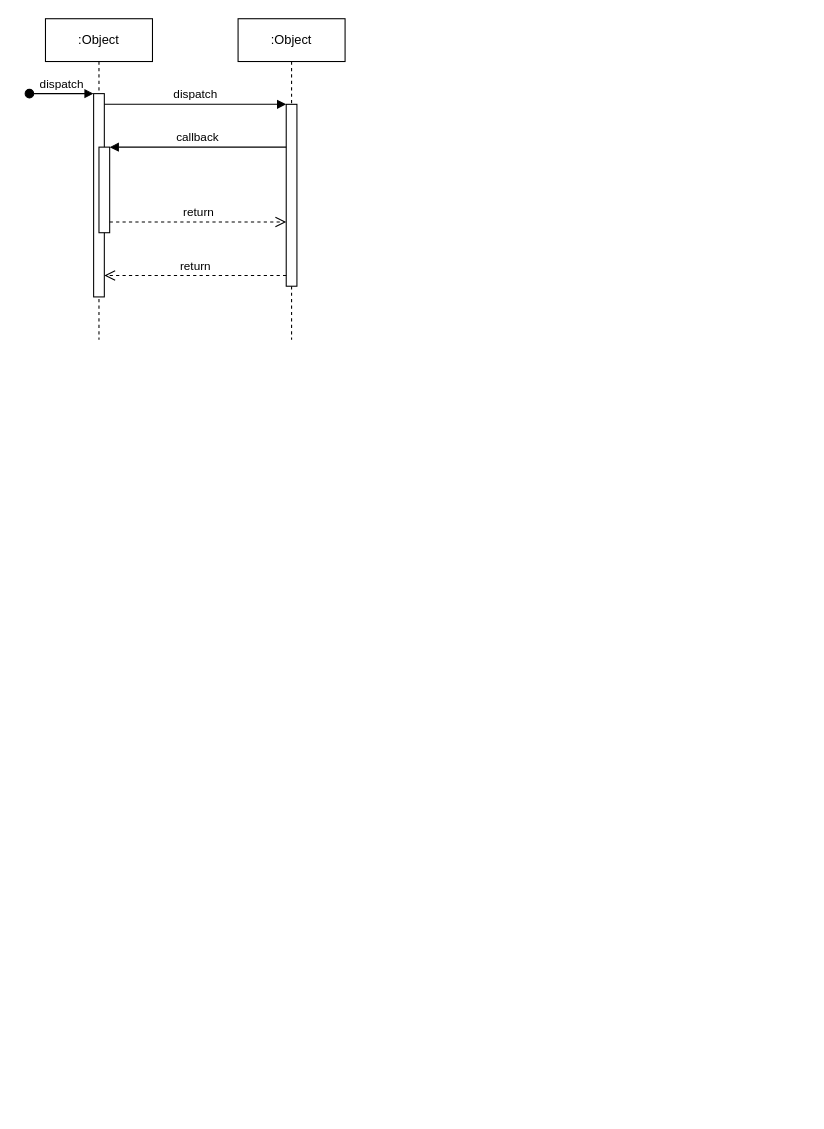
Above: Actualizacion de datos.drawio in StevenGpByte/ActualizacionDatos (draw.io), before the change. Source tidied: cells renumbered, new cells numbered last; positions are measured from the earlier drawing's top-left corner, leaving out a move shared by most shapes. Both pictures are drawn from the tidied source at 107%, with x=0, y=0 at pixel (29, 18).
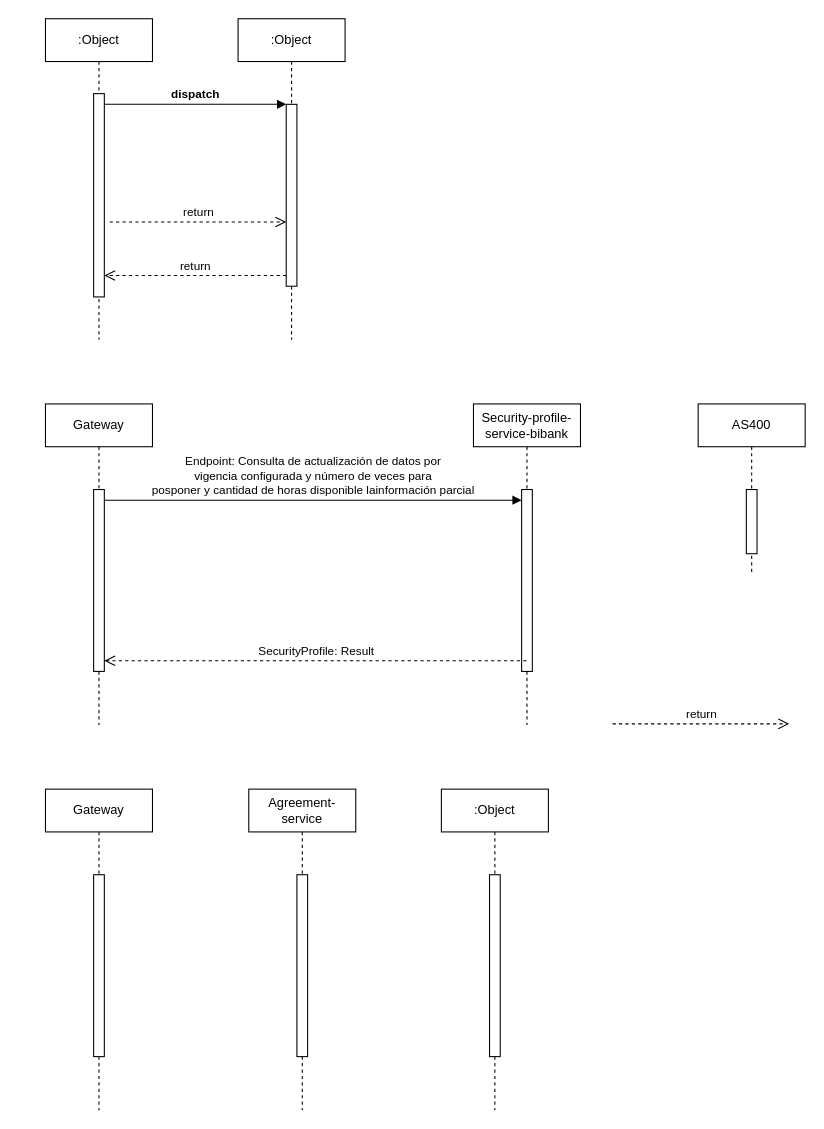
Above is the later version.

Unchanged cells that the change refers to:
```xml
<mxCell id="2" value=":Object" style="shape=umlLifeline;perimeter=lifelinePerimeter;whiteSpace=wrap;html=1;newEdgeStyle={&quot;edgeStyle&quot;:&quot;elbowEdgeStyle&quot;,&quot;elbow&quot;:&quot;vertical&quot;,&quot;curved&quot;:0,&quot;rounded&quot;:0};" parent="1" vertex="1">
  <mxGeometry x="15" width="100" height="300" as="geometry" />
</mxCell>
<mxCell id="3" style="html=1;points=[];perimeter=orthogonalPerimeter;outlineConnect=0;targetShapes=umlLifeline;portConstraint=eastwest;newEdgeStyle={&quot;edgeStyle&quot;:&quot;elbowEdgeStyle&quot;,&quot;elbow&quot;:&quot;vertical&quot;,&quot;curved&quot;:0,&quot;rounded&quot;:0};" parent="2" vertex="1">
  <mxGeometry x="45" y="70" width="10" height="190" as="geometry" />
</mxCell>
<mxCell id="7" style="html=1;points=[];perimeter=orthogonalPerimeter;outlineConnect=0;targetShapes=umlLifeline;portConstraint=eastwest;newEdgeStyle={&quot;edgeStyle&quot;:&quot;elbowEdgeStyle&quot;,&quot;elbow&quot;:&quot;vertical&quot;,&quot;curved&quot;:0,&quot;rounded&quot;:0};" parent="6" vertex="1">
  <mxGeometry x="45" y="80" width="10" height="170" as="geometry" />
</mxCell>
```

The edit, as a diff of the source:
```diff
@@
-    <mxCell id="4" value="dispatch" style="html=1;verticalAlign=bottom;startArrow=oval;endArrow=block;startSize=8;edgeStyle=elbowEdgeStyle;elbow=vertical;curved=0;rounded=0;" parent="2" edge="1" target="3">
-      <mxGeometry relative="1" as="geometry">
-        <mxPoint x="-15" y="70" as="sourcePoint" />
-      </mxGeometry>
-    </mxCell>
-    <mxCell id="5" style="html=1;points=[];perimeter=orthogonalPerimeter;outlineConnect=0;targetShapes=umlLifeline;portConstraint=eastwest;newEdgeStyle={&quot;edgeStyle&quot;:&quot;elbowEdgeStyle&quot;,&quot;elbow&quot;:&quot;vertical&quot;,&quot;curved&quot;:0,&quot;rounded&quot;:0};" parent="2" vertex="1">
-      <mxGeometry x="50" y="120" width="10" height="80" as="geometry" />
-    </mxCell>
@@
-    <mxCell id="8" value="dispatch" style="html=1;verticalAlign=bottom;endArrow=block;edgeStyle=elbowEdgeStyle;elbow=vertical;curved=0;rounded=0;" parent="1" edge="1" source="3" target="7">
+    <mxCell id="8" value="dispatch" style="html=1;verticalAlign=bottom;endArrow=block;edgeStyle=elbowEdgeStyle;elbow=vertical;curved=0;rounded=0;fontStyle=1;" parent="1" edge="1" source="3" target="7">
       <mxGeometry relative="1" as="geometry">
         <Array as="points">
           <mxPoint x="155" y="80" />
         </Array>
       </mxGeometry>
     </mxCell>
@@
-    <mxCell id="10" value="callback" style="html=1;verticalAlign=bottom;endArrow=block;edgeStyle=elbowEdgeStyle;elbow=vertical;curved=0;rounded=0;" parent="1" edge="1" source="7" target="5">
-      <mxGeometry relative="1" as="geometry">
-        <Array as="points">
-          <mxPoint x="165" y="120" />
-        </Array>
-      </mxGeometry>
-    </mxCell>
-    <mxCell id="11" value="return" style="html=1;verticalAlign=bottom;endArrow=open;dashed=1;endSize=8;edgeStyle=elbowEdgeStyle;elbow=vertical;curved=0;rounded=0;" parent="1" edge="1" source="5" target="7">
+    <mxCell id="11" value="return" style="html=1;verticalAlign=bottom;endArrow=open;dashed=1;endSize=8;edgeStyle=elbowEdgeStyle;elbow=vertical;curved=0;rounded=0;" parent="1" edge="1" target="7">
       <mxGeometry relative="1" as="geometry">
+        <mxPoint x="75" y="190" as="sourcePoint" />
         <Array as="points">
           <mxPoint x="155" y="190" />
         </Array>
       </mxGeometry>
     </mxCell>
+    <mxCell id="12" value="Gateway" style="shape=umlLifeline;perimeter=lifelinePerimeter;whiteSpace=wrap;html=1;newEdgeStyle={&quot;edgeStyle&quot;:&quot;elbowEdgeStyle&quot;,&quot;elbow&quot;:&quot;vertical&quot;,&quot;curved&quot;:0,&quot;rounded&quot;:0};" parent="1" vertex="1">
+      <mxGeometry x="15" y="360" width="100" height="300" as="geometry" />
+    </mxCell>
+    <mxCell id="13" style="html=1;points=[];perimeter=orthogonalPerimeter;outlineConnect=0;targetShapes=umlLifeline;portConstraint=eastwest;newEdgeStyle={&quot;edgeStyle&quot;:&quot;elbowEdgeStyle&quot;,&quot;elbow&quot;:&quot;vertical&quot;,&quot;curved&quot;:0,&quot;rounded&quot;:0};" parent="12" vertex="1">
+      <mxGeometry x="45" y="80" width="10" height="170" as="geometry" />
+    </mxCell>
+    <mxCell id="14" value="Security-profile-service-bibank" style="shape=umlLifeline;perimeter=lifelinePerimeter;whiteSpace=wrap;html=1;outlineConnect=0;portConstraint=eastwest;newEdgeStyle={&quot;edgeStyle&quot;:&quot;elbowEdgeStyle&quot;,&quot;elbow&quot;:&quot;vertical&quot;,&quot;curved&quot;:0,&quot;rounded&quot;:0};" parent="1" vertex="1">
+      <mxGeometry x="415" y="360" width="100" height="300" as="geometry" />
+    </mxCell>
+    <mxCell id="15" style="html=1;points=[];perimeter=orthogonalPerimeter;outlineConnect=0;targetShapes=umlLifeline;portConstraint=eastwest;newEdgeStyle={&quot;edgeStyle&quot;:&quot;elbowEdgeStyle&quot;,&quot;elbow&quot;:&quot;vertical&quot;,&quot;curved&quot;:0,&quot;rounded&quot;:0};" parent="14" vertex="1">
+      <mxGeometry x="45" y="80" width="10" height="170" as="geometry" />
+    </mxCell>
+    <mxCell id="16" value="AS400" style="shape=umlLifeline;perimeter=lifelinePerimeter;whiteSpace=wrap;html=1;newEdgeStyle={&quot;edgeStyle&quot;:&quot;elbowEdgeStyle&quot;,&quot;elbow&quot;:&quot;vertical&quot;,&quot;curved&quot;:0,&quot;rounded&quot;:0};" parent="1" vertex="1">
+      <mxGeometry x="625" y="360" width="100" height="160" as="geometry" />
+    </mxCell>
+    <mxCell id="17" style="html=1;perimeter=orthogonalPerimeter;targetShapes=umlLifeline;newEdgeStyle={&quot;edgeStyle&quot;:&quot;elbowEdgeStyle&quot;,&quot;elbow&quot;:&quot;vertical&quot;,&quot;curved&quot;:0,&quot;rounded&quot;:0};" parent="16" vertex="1">
+      <mxGeometry x="45" y="80" width="10" height="60" as="geometry" />
+    </mxCell>
+    <mxCell id="18" value="Gateway" style="shape=umlLifeline;perimeter=lifelinePerimeter;whiteSpace=wrap;html=1;newEdgeStyle={&quot;edgeStyle&quot;:&quot;elbowEdgeStyle&quot;,&quot;elbow&quot;:&quot;vertical&quot;,&quot;curved&quot;:0,&quot;rounded&quot;:0};" parent="1" vertex="1">
+      <mxGeometry x="15" y="720" width="100" height="300" as="geometry" />
+    </mxCell>
+    <mxCell id="19" style="html=1;perimeter=orthogonalPerimeter;targetShapes=umlLifeline;newEdgeStyle={&quot;edgeStyle&quot;:&quot;elbowEdgeStyle&quot;,&quot;elbow&quot;:&quot;vertical&quot;,&quot;curved&quot;:0,&quot;rounded&quot;:0};" parent="18" vertex="1">
+      <mxGeometry x="45" y="80" width="10" height="170" as="geometry" />
+    </mxCell>
+    <mxCell id="20" value="Agreement-service" style="shape=umlLifeline;perimeter=lifelinePerimeter;whiteSpace=wrap;html=1;newEdgeStyle={&quot;edgeStyle&quot;:&quot;elbowEdgeStyle&quot;,&quot;elbow&quot;:&quot;vertical&quot;,&quot;curved&quot;:0,&quot;rounded&quot;:0};" parent="1" vertex="1">
+      <mxGeometry x="205" y="720" width="100" height="300" as="geometry" />
+    </mxCell>
+    <mxCell id="21" style="html=1;perimeter=orthogonalPerimeter;targetShapes=umlLifeline;newEdgeStyle={&quot;edgeStyle&quot;:&quot;elbowEdgeStyle&quot;,&quot;elbow&quot;:&quot;vertical&quot;,&quot;curved&quot;:0,&quot;rounded&quot;:0};" parent="20" vertex="1">
+      <mxGeometry x="45" y="80" width="10" height="170" as="geometry" />
+    </mxCell>
+    <mxCell id="22" value=":Object" style="shape=umlLifeline;perimeter=lifelinePerimeter;whiteSpace=wrap;html=1;newEdgeStyle={&quot;edgeStyle&quot;:&quot;elbowEdgeStyle&quot;,&quot;elbow&quot;:&quot;vertical&quot;,&quot;curved&quot;:0,&quot;rounded&quot;:0};" parent="1" vertex="1">
+      <mxGeometry x="385" y="720" width="100" height="300" as="geometry" />
+    </mxCell>
+    <mxCell id="23" style="html=1;perimeter=orthogonalPerimeter;targetShapes=umlLifeline;newEdgeStyle={&quot;edgeStyle&quot;:&quot;elbowEdgeStyle&quot;,&quot;elbow&quot;:&quot;vertical&quot;,&quot;curved&quot;:0,&quot;rounded&quot;:0};" parent="22" vertex="1">
+      <mxGeometry x="45" y="80" width="10" height="170" as="geometry" />
+    </mxCell>
+    <mxCell id="24" value="Endpoint: Consulta de actualización de datos por &lt;br&gt;vigencia configurada y número de veces para &lt;br&gt;posponer y cantidad de horas disponible lainformación parcial" style="html=1;verticalAlign=bottom;endArrow=block;edgeStyle=elbowEdgeStyle;elbow=vertical;curved=0;rounded=0;" parent="1" edge="1" source="13" target="15">
+      <mxGeometry relative="1" as="geometry">
+        <Array as="points">
+          <mxPoint x="165" y="450" />
+        </Array>
+      </mxGeometry>
+    </mxCell>
+    <mxCell id="25" value="return" style="html=1;verticalAlign=bottom;endArrow=open;dashed=1;endSize=8;edgeStyle=elbowEdgeStyle;elbow=vertical;curved=0;rounded=0;" parent="1" edge="1">
+      <mxGeometry relative="1" as="geometry">
+        <mxPoint x="545" y="659" as="sourcePoint" />
+        <mxPoint x="710" y="659" as="targetPoint" />
+        <Array as="points">
+          <mxPoint x="625" y="659" />
+        </Array>
+      </mxGeometry>
+    </mxCell>
+    <mxCell id="26" value="SecurityProfile: Result" style="html=1;verticalAlign=bottom;endArrow=open;dashed=1;endSize=8;edgeStyle=elbowEdgeStyle;elbow=vertical;curved=0;rounded=0;" parent="1" edge="1" source="14" target="13">
+      <mxGeometry relative="1" as="geometry">
+        <Array as="points">
+          <mxPoint x="265" y="600" />
+        </Array>
+      </mxGeometry>
+    </mxCell>
```
